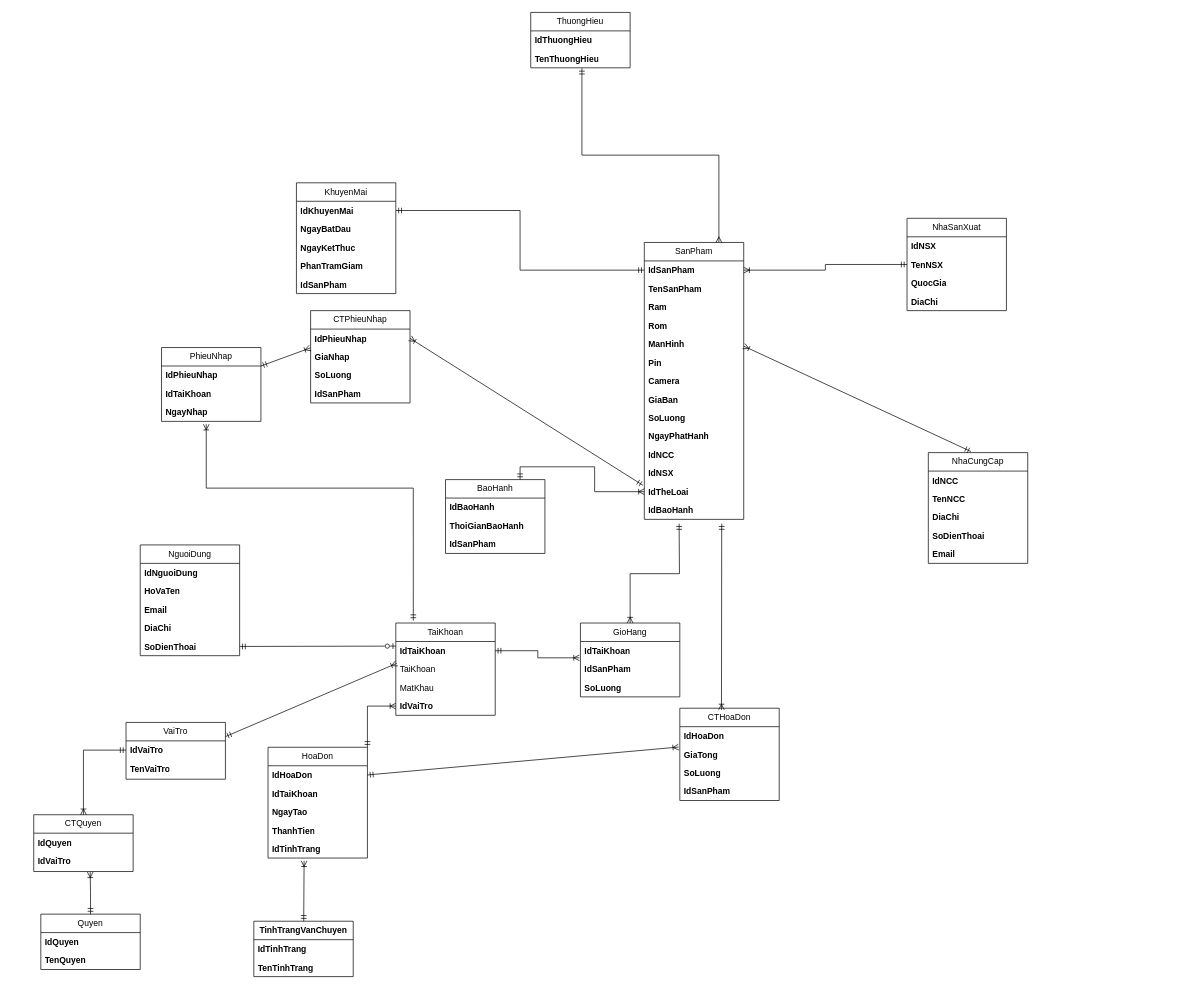
Earlier version of the draw.io diagram erd/CSDL.drawio (DBPCod/Web-NangCao). Source tidied: cells renumbered, new cells numbered last; positions are measured from the earlier drawing's top-left corner, leaving out a move shared by most shapes. Both pictures are drawn from the tidied source at 71%, with x=0, y=0 at pixel (33, 12).
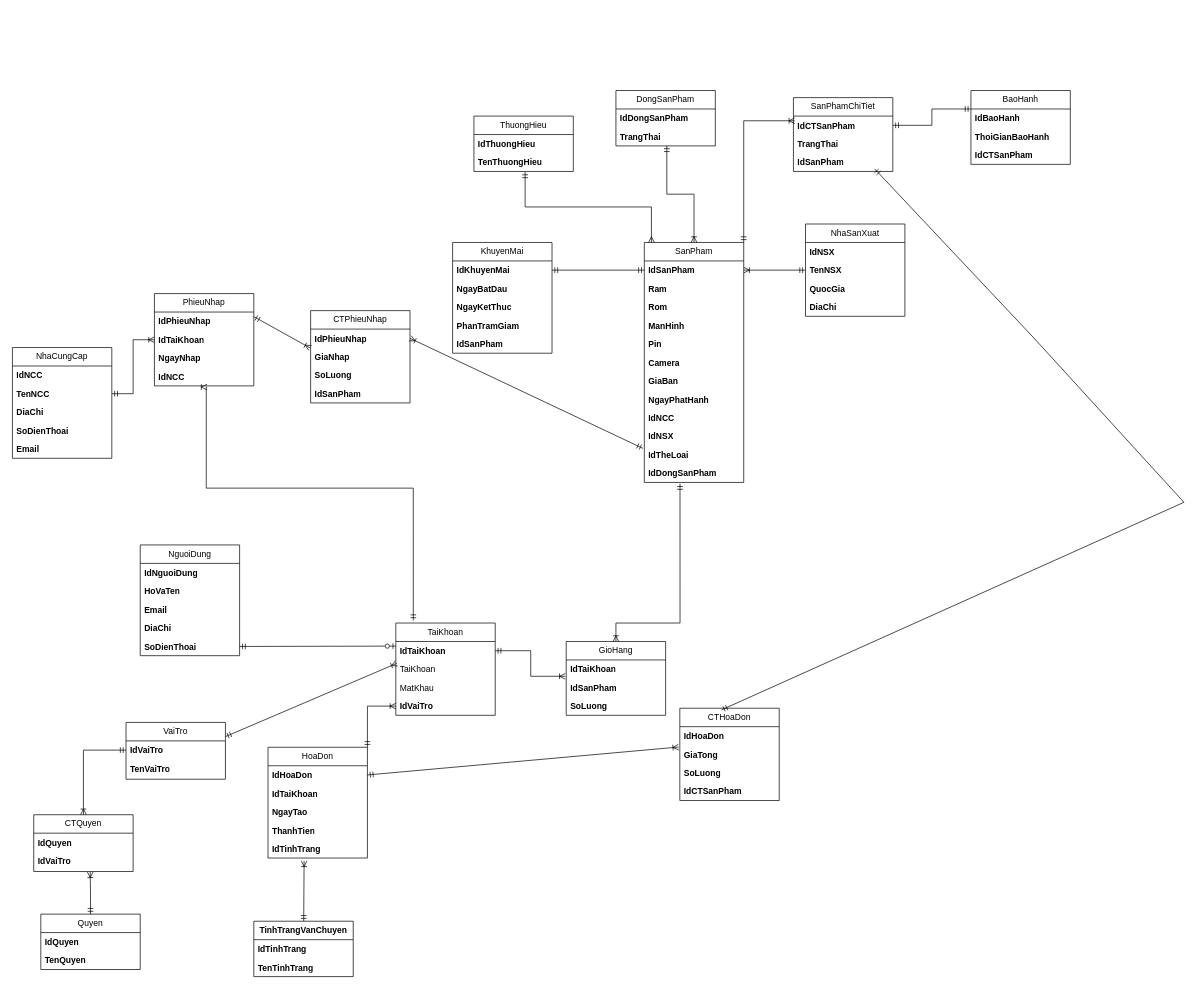
The same page after the edit.

Commit message (it also covers changes not shown here):
Chinh sua ERD

The change refers to these unchanged cells:
```xml
<mxCell id="2" value="TaiKhoan" style="swimlane;fontStyle=0;horizontal=1;startSize=26;fillColor=none;whiteSpace=wrap;html=1;" parent="1" vertex="1">
  <mxGeometry x="510" y="860" width="140" height="130" as="geometry" />
</mxCell>
<mxCell id="32" value="CTHoaDon" style="swimlane;fontStyle=0;horizontal=1;startSize=26;fillColor=none;whiteSpace=wrap;html=1;" parent="1" vertex="1">
  <mxGeometry x="910" y="980" width="140" height="130" as="geometry" />
</mxCell>
<mxCell id="50" value="TenNCC" style="text;strokeColor=none;fillColor=none;align=left;verticalAlign=top;spacingLeft=4;spacingRight=4;overflow=hidden;points=[[0,0.5],[1,0.5]];portConstraint=eastwest;whiteSpace=wrap;html=1;fontStyle=1;" parent="48" vertex="1">
  <mxGeometry y="52" width="140" height="26" as="geometry" />
</mxCell>
<mxCell id="56" value="TenThuongHieu" style="text;strokeColor=none;fillColor=none;align=left;verticalAlign=top;spacingLeft=4;spacingRight=4;overflow=hidden;points=[[0,0.5],[1,0.5]];portConstraint=eastwest;whiteSpace=wrap;html=1;fontStyle=1;" parent="54" vertex="1">
  <mxGeometry y="52" width="140" height="26" as="geometry" />
</mxCell>
<mxCell id="70" value="IdTaiKhoan" style="text;strokeColor=none;fillColor=none;align=left;verticalAlign=top;spacingLeft=4;spacingRight=4;overflow=hidden;points=[[0,0.5],[1,0.5]];portConstraint=eastwest;whiteSpace=wrap;html=1;fontStyle=1;" parent="68" vertex="1">
  <mxGeometry y="52" width="140" height="26" as="geometry" />
</mxCell>
<mxCell id="71" value="NgayNhap" style="text;strokeColor=none;fillColor=none;align=left;verticalAlign=top;spacingLeft=4;spacingRight=4;overflow=hidden;points=[[0,0.5],[1,0.5]];portConstraint=eastwest;whiteSpace=wrap;html=1;fontStyle=1;" parent="68" vertex="1">
  <mxGeometry y="78" width="140" height="26" as="geometry" />
</mxCell>
```

The edit, as a diff of the source:
```diff
@@
+    <mxCell id="106" style="edgeStyle=orthogonalEdgeStyle;rounded=0;jettySize=auto;html=1;exitX=1;exitY=0;exitDx=0;exitDy=0;endArrow=ERoneToMany;endFill=0;startArrow=ERmandOne;startFill=0;entryX=0.013;entryY=0.254;entryDx=0;entryDy=0;entryPerimeter=0;" parent="1" edge="1" source="9" target="111">
+      <mxGeometry relative="1" as="geometry" />
+    </mxCell>
     <mxCell id="9" value="SanPham" style="swimlane;fontStyle=0;horizontal=1;startSize=26;fillColor=none;whiteSpace=wrap;html=1;" parent="1" vertex="1">
-      <mxGeometry x="860" y="324" width="140" height="390" as="geometry" />
+      <mxGeometry x="860" y="324" width="140" height="338" as="geometry" />
     </mxCell>
@@
-    <mxCell id="11" value="TenSanPham" style="text;strokeColor=none;fillColor=none;align=left;verticalAlign=top;spacingLeft=4;spacingRight=4;overflow=hidden;whiteSpace=wrap;html=1;fontStyle=1;" parent="9" vertex="1">
-      <mxGeometry y="52" width="140" height="26" as="geometry" />
-    </mxCell>
     <mxCell id="12" value="Ram" style="text;strokeColor=none;fillColor=none;align=left;verticalAlign=top;spacingLeft=4;spacingRight=4;overflow=hidden;whiteSpace=wrap;html=1;fontStyle=1;" parent="9" vertex="1">
-      <mxGeometry y="78" width="140" height="26" as="geometry" />
+      <mxGeometry y="52" width="140" height="26" as="geometry" />
     </mxCell>
     <mxCell id="13" value="Rom" style="text;strokeColor=none;fillColor=none;align=left;verticalAlign=top;spacingLeft=4;spacingRight=4;overflow=hidden;whiteSpace=wrap;html=1;fontStyle=1;" parent="9" vertex="1">
-      <mxGeometry y="104" width="140" height="26" as="geometry" />
+      <mxGeometry y="78" width="140" height="26" as="geometry" />
     </mxCell>
     <mxCell id="14" value="ManHinh" style="text;strokeColor=none;fillColor=none;align=left;verticalAlign=top;spacingLeft=4;spacingRight=4;overflow=hidden;whiteSpace=wrap;html=1;fontStyle=1;" parent="9" vertex="1">
-      <mxGeometry y="130" width="140" height="26" as="geometry" />
+      <mxGeometry y="104" width="140" height="26" as="geometry" />
     </mxCell>
     <mxCell id="15" value="Pin" style="text;strokeColor=none;fillColor=none;align=left;verticalAlign=top;spacingLeft=4;spacingRight=4;overflow=hidden;whiteSpace=wrap;html=1;fontStyle=1;" parent="9" vertex="1">
-      <mxGeometry y="156" width="140" height="26" as="geometry" />
+      <mxGeometry y="130" width="140" height="26" as="geometry" />
     </mxCell>
     <mxCell id="16" value="Camera" style="text;strokeColor=none;fillColor=none;align=left;verticalAlign=top;spacingLeft=4;spacingRight=4;overflow=hidden;whiteSpace=wrap;html=1;fontStyle=1;" parent="9" vertex="1">
-      <mxGeometry y="182" width="140" height="26" as="geometry" />
+      <mxGeometry y="156" width="140" height="26" as="geometry" />
     </mxCell>
     <mxCell id="17" value="GiaBan" style="text;strokeColor=none;fillColor=none;align=left;verticalAlign=top;spacingLeft=4;spacingRight=4;overflow=hidden;whiteSpace=wrap;html=1;fontStyle=1;" parent="9" vertex="1">
-      <mxGeometry y="208" width="140" height="26" as="geometry" />
+      <mxGeometry y="182" width="140" height="26" as="geometry" />
     </mxCell>
-    <mxCell id="18" value="SoLuong" style="text;strokeColor=none;fillColor=none;align=left;verticalAlign=top;spacingLeft=4;spacingRight=4;overflow=hidden;whiteSpace=wrap;html=1;fontStyle=1;" parent="9" vertex="1">
-      <mxGeometry y="234" width="140" height="26" as="geometry" />
-    </mxCell>
     <mxCell id="19" value="NgayPhatHanh" style="text;strokeColor=none;fillColor=none;align=left;verticalAlign=top;spacingLeft=4;spacingRight=4;overflow=hidden;whiteSpace=wrap;html=1;fontStyle=1;" parent="9" vertex="1">
-      <mxGeometry y="260" width="140" height="26" as="geometry" />
+      <mxGeometry y="208" width="140" height="26" as="geometry" />
     </mxCell>
     <mxCell id="20" value="IdNCC" style="text;strokeColor=none;fillColor=none;align=left;verticalAlign=top;spacingLeft=4;spacingRight=4;overflow=hidden;whiteSpace=wrap;html=1;fontStyle=1;" parent="9" vertex="1">
-      <mxGeometry y="286" width="140" height="26" as="geometry" />
+      <mxGeometry y="234" width="140" height="26" as="geometry" />
     </mxCell>
     <mxCell id="21" value="IdNSX" style="text;strokeColor=none;fillColor=none;align=left;verticalAlign=top;spacingLeft=4;spacingRight=4;overflow=hidden;whiteSpace=wrap;html=1;fontStyle=1;" parent="9" vertex="1">
-      <mxGeometry y="312" width="140" height="26" as="geometry" />
+      <mxGeometry y="260" width="140" height="26" as="geometry" />
     </mxCell>
     <mxCell id="22" value="IdTheLoai" style="text;strokeColor=none;fillColor=none;align=left;verticalAlign=top;spacingLeft=4;spacingRight=4;overflow=hidden;points=[[0,0.5],[1,0.5]];portConstraint=eastwest;whiteSpace=wrap;html=1;fontStyle=1;" parent="9" vertex="1">
-      <mxGeometry y="338" width="140" height="26" as="geometry" />
+      <mxGeometry y="286" width="140" height="26" as="geometry" />
     </mxCell>
-    <mxCell id="23" value="IdBaoHanh" style="text;strokeColor=none;fillColor=none;align=left;verticalAlign=top;spacingLeft=4;spacingRight=4;overflow=hidden;whiteSpace=wrap;html=1;fontStyle=1;" parent="9" vertex="1">
-      <mxGeometry y="364" width="140" height="26" as="geometry" />
-    </mxCell>
+    <mxCell id="107" value="IdDongSanPham" style="text;strokeColor=none;fillColor=none;align=left;verticalAlign=top;spacingLeft=4;spacingRight=4;overflow=hidden;points=[[0,0.5],[1,0.5]];portConstraint=eastwest;whiteSpace=wrap;html=1;fontStyle=1;" parent="9" vertex="1">
+      <mxGeometry y="312" width="140" height="26" as="geometry" />
+    </mxCell>
-    <mxCell id="24" style="rounded=0;jettySize=auto;html=1;entryX=0.419;entryY=0.018;entryDx=0;entryDy=0;endArrow=ERoneToMany;endFill=0;startArrow=ERmandOne;startFill=0;entryPerimeter=0;" parent="1" edge="1" target="32">
+    <mxCell id="24" style="rounded=0;jettySize=auto;html=1;entryX=0.419;entryY=0.018;entryDx=0;entryDy=0;endArrow=ERmandOne;endFill=0;startArrow=ERmandOne;startFill=0;entryPerimeter=0;exitX=0.817;exitY=0.859;exitDx=0;exitDy=0;exitPerimeter=0;" parent="1" edge="1" source="113" target="32">
       <mxGeometry relative="1" as="geometry">
-        <mxPoint x="969" y="720" as="sourcePoint" />
+        <Array as="points">
+          <mxPoint x="1410" y="460" />
+          <mxPoint x="1620" y="690" />
+        </Array>
       </mxGeometry>
     </mxCell>
@@
-    <mxCell id="36" value="IdSanPham" style="text;strokeColor=none;fillColor=none;align=left;verticalAlign=top;spacingLeft=4;spacingRight=4;overflow=hidden;whiteSpace=wrap;html=1;fontStyle=1;" parent="32" vertex="1">
+    <mxCell id="36" value="IdCTSanPham" style="text;strokeColor=none;fillColor=none;align=left;verticalAlign=top;spacingLeft=4;spacingRight=4;overflow=hidden;whiteSpace=wrap;html=1;fontStyle=1;" parent="32" vertex="1">
       <mxGeometry y="104" width="140" height="26" as="geometry" />
     </mxCell>
     <mxCell id="37" value="NhaSanXuat" style="swimlane;fontStyle=0;horizontal=1;startSize=26;fillColor=none;whiteSpace=wrap;html=1;" parent="1" vertex="1">
-      <mxGeometry x="1230" y="290" width="140" height="130" as="geometry" />
+      <mxGeometry x="1087" y="298" width="140" height="130" as="geometry" />
     </mxCell>
@@
     <mxCell id="42" value="KhuyenMai" style="swimlane;fontStyle=0;horizontal=1;startSize=26;fillColor=none;whiteSpace=wrap;html=1;" parent="1" vertex="1">
-      <mxGeometry x="370" y="240" width="140" height="156" as="geometry" />
+      <mxGeometry x="590" y="324" width="140" height="156" as="geometry" />
     </mxCell>
@@
     <mxCell id="48" value="NhaCungCap" style="swimlane;fontStyle=0;horizontal=1;startSize=26;fillColor=none;whiteSpace=wrap;html=1;" parent="1" vertex="1">
-      <mxGeometry x="1260" y="620" width="140" height="156" as="geometry" />
+      <mxGeometry x="-30" y="472" width="140" height="156" as="geometry" />
     </mxCell>
@@
     <mxCell id="54" value="ThuongHieu" style="swimlane;fontStyle=0;horizontal=1;startSize=26;fillColor=none;whiteSpace=wrap;html=1;glass=0;rounded=0;shadow=0;" parent="1" vertex="1">
-      <mxGeometry x="700" width="140" height="78" as="geometry" />
+      <mxGeometry x="620" y="146" width="140" height="78" as="geometry" />
     </mxCell>
@@
-    <mxCell id="63" style="rounded=0;jettySize=auto;html=1;endArrow=ERmandOne;endFill=0;startArrow=ERoneToMany;startFill=0;entryX=0.429;entryY=-0.01;entryDx=0;entryDy=0;entryPerimeter=0;" parent="1" edge="1" target="48">
-      <mxGeometry relative="1" as="geometry">
-        <mxPoint x="1000" y="470" as="sourcePoint" />
-      </mxGeometry>
-    </mxCell>
@@
-    <mxCell id="65" style="edgeStyle=orthogonalEdgeStyle;rounded=0;jettySize=auto;html=1;exitX=0.75;exitY=0;exitDx=0;exitDy=0;endArrow=ERmandOne;endFill=0;startArrow=ERmany;startFill=0;entryX=0.515;entryY=1.027;entryDx=0;entryDy=0;entryPerimeter=0;" parent="1" edge="1" source="9" target="56">
-      <mxGeometry relative="1" as="geometry" />
+    <mxCell id="65" style="edgeStyle=orthogonalEdgeStyle;rounded=0;jettySize=auto;html=1;endArrow=ERmandOne;endFill=0;startArrow=ERmany;startFill=0;entryX=0.515;entryY=1.027;entryDx=0;entryDy=0;entryPerimeter=0;" parent="1" edge="1" target="56">
+      <mxGeometry relative="1" as="geometry">
+        <mxPoint x="870" y="324" as="sourcePoint" />
+        <Array as="points">
+          <mxPoint x="870" y="324" />
+          <mxPoint x="870" y="274" />
+          <mxPoint x="692" y="274" />
+        </Array>
+      </mxGeometry>
     </mxCell>
@@
     <mxCell id="68" value="PhieuNhap" style="swimlane;fontStyle=0;horizontal=1;startSize=26;fillColor=none;whiteSpace=wrap;html=1;" parent="1" vertex="1">
-      <mxGeometry x="180" y="472" width="140" height="104" as="geometry" />
+      <mxGeometry x="170" y="396" width="140" height="130" as="geometry" />
     </mxCell>
@@
+    <mxCell id="108" value="IdNCC" style="text;strokeColor=none;fillColor=none;align=left;verticalAlign=top;spacingLeft=4;spacingRight=4;overflow=hidden;points=[[0,0.5],[1,0.5]];portConstraint=eastwest;whiteSpace=wrap;html=1;fontStyle=1;" parent="68" vertex="1">
+      <mxGeometry y="104" width="140" height="26" as="geometry" />
+    </mxCell>
-    <mxCell id="72" style="edgeStyle=orthogonalEdgeStyle;rounded=0;jettySize=auto;html=1;exitX=0.176;exitY=-0.027;exitDx=0;exitDy=0;endArrow=ERoneToMany;endFill=0;startArrow=ERmandOne;startFill=0;entryX=0.45;entryY=1.154;entryDx=0;entryDy=0;entryPerimeter=0;exitPerimeter=0;" parent="1" edge="1" source="2" target="71">
+    <mxCell id="72" style="edgeStyle=orthogonalEdgeStyle;rounded=0;jettySize=auto;html=1;exitX=0.176;exitY=-0.027;exitDx=0;exitDy=0;endArrow=ERoneToMany;endFill=0;startArrow=ERmandOne;startFill=0;entryX=0.529;entryY=1.066;entryDx=0;entryDy=0;entryPerimeter=0;exitPerimeter=0;" parent="1" edge="1" source="2" target="108">
       <mxGeometry relative="1" as="geometry">
         <Array as="points">
           <mxPoint x="535" y="670" />
           <mxPoint x="243" y="670" />
+          <mxPoint x="243" y="528" />
         </Array>
       </mxGeometry>
     </mxCell>
@@
+    <mxCell id="109" style="edgeStyle=orthogonalEdgeStyle;rounded=0;jettySize=auto;html=1;exitX=0;exitY=0.25;exitDx=0;exitDy=0;entryX=1;entryY=0.5;entryDx=0;entryDy=0;endArrow=ERmandOne;endFill=0;startArrow=ERmandOne;startFill=0;" parent="1" edge="1" source="79" target="111">
+      <mxGeometry relative="1" as="geometry" />
+    </mxCell>
     <mxCell id="79" value="BaoHanh" style="swimlane;fontStyle=0;horizontal=1;startSize=26;fillColor=none;whiteSpace=wrap;html=1;" parent="1" vertex="1">
-      <mxGeometry x="580" y="658" width="140" height="104" as="geometry" />
+      <mxGeometry x="1320" y="110" width="140" height="104" as="geometry" />
     </mxCell>
@@
-    <mxCell id="82" value="IdSanPham" style="text;strokeColor=none;fillColor=none;align=left;verticalAlign=top;spacingLeft=4;spacingRight=4;overflow=hidden;whiteSpace=wrap;html=1;fontStyle=1;" parent="79" vertex="1">
+    <mxCell id="82" value="IdCTSanPham" style="text;strokeColor=none;fillColor=none;align=left;verticalAlign=top;spacingLeft=4;spacingRight=4;overflow=hidden;whiteSpace=wrap;html=1;fontStyle=1;" parent="79" vertex="1">
       <mxGeometry y="78" width="140" height="26" as="geometry" />
     </mxCell>
-    <mxCell id="83" style="edgeStyle=orthogonalEdgeStyle;rounded=0;jettySize=auto;html=1;exitX=0.75;exitY=0;exitDx=0;exitDy=0;entryX=0;entryY=0.5;entryDx=0;entryDy=0;endArrow=ERoneToMany;endFill=0;startArrow=ERmandOne;startFill=0;" parent="1" edge="1" source="79" target="22">
-      <mxGeometry relative="1" as="geometry">
-        <Array as="points">
-          <mxPoint x="685" y="640" />
-          <mxPoint x="790" y="640" />
-          <mxPoint x="790" y="675" />
-        </Array>
-      </mxGeometry>
-    </mxCell>
@@
     <mxCell id="92" value="GioHang" style="swimlane;fontStyle=0;horizontal=1;startSize=26;fillColor=none;whiteSpace=wrap;html=1;" parent="1" vertex="1">
-      <mxGeometry x="770" y="860" width="140" height="104" as="geometry" />
+      <mxGeometry x="750" y="886" width="140" height="104" as="geometry" />
     </mxCell>
@@
-    <mxCell id="97" style="edgeStyle=orthogonalEdgeStyle;rounded=0;jettySize=auto;html=1;exitX=0.5;exitY=0;exitDx=0;exitDy=0;endArrow=ERmandOne;endFill=0;startArrow=ERoneToMany;startFill=0;" parent="1" edge="1" source="92">
+    <mxCell id="97" style="edgeStyle=orthogonalEdgeStyle;rounded=0;jettySize=auto;html=1;exitX=0.5;exitY=0;exitDx=0;exitDy=0;endArrow=ERmandOne;endFill=0;startArrow=ERoneToMany;startFill=0;entryX=0.359;entryY=1.066;entryDx=0;entryDy=0;entryPerimeter=0;" parent="1" edge="1" source="92" target="107">
       <mxGeometry relative="1" as="geometry">
-        <mxPoint x="909" y="720" as="targetPoint" />
+        <Array as="points">
+          <mxPoint x="910" y="860" />
+        </Array>
       </mxGeometry>
     </mxCell>
@@
+    <mxCell id="110" value="SanPhamChiTiet" style="swimlane;fontStyle=0;horizontal=1;startSize=26;fillColor=none;whiteSpace=wrap;html=1;" parent="1" vertex="1">
+      <mxGeometry x="1070" y="120" width="140" height="104" as="geometry" />
+    </mxCell>
+    <mxCell id="111" value="IdCTSanPham" style="text;strokeColor=none;fillColor=none;align=left;verticalAlign=top;spacingLeft=4;spacingRight=4;overflow=hidden;points=[[0,0.5],[1,0.5]];portConstraint=eastwest;whiteSpace=wrap;html=1;fontStyle=1;" parent="110" vertex="1">
+      <mxGeometry y="26" width="140" height="26" as="geometry" />
+    </mxCell>
+    <mxCell id="112" value="TrangThai" style="text;strokeColor=none;fillColor=none;align=left;verticalAlign=top;spacingLeft=4;spacingRight=4;overflow=hidden;whiteSpace=wrap;html=1;fontStyle=1;" parent="110" vertex="1">
+      <mxGeometry y="52" width="140" height="26" as="geometry" />
+    </mxCell>
+    <mxCell id="113" value="IdSanPham" style="text;strokeColor=none;fillColor=none;align=left;verticalAlign=top;spacingLeft=4;spacingRight=4;overflow=hidden;points=[[0,0.5],[1,0.5]];portConstraint=eastwest;whiteSpace=wrap;html=1;fontStyle=1;" parent="110" vertex="1">
+      <mxGeometry y="78" width="140" height="26" as="geometry" />
+    </mxCell>
+    <mxCell id="114" style="edgeStyle=orthogonalEdgeStyle;rounded=0;jettySize=auto;html=1;exitX=1;exitY=0.5;exitDx=0;exitDy=0;entryX=0;entryY=0.5;entryDx=0;entryDy=0;endArrow=ERoneToMany;endFill=0;startArrow=ERmandOne;startFill=0;" parent="1" edge="1" source="50" target="70">
+      <mxGeometry relative="1" as="geometry" />
+    </mxCell>
+    <mxCell id="115" value="DongSanPham" style="swimlane;fontStyle=0;horizontal=1;startSize=26;fillColor=none;whiteSpace=wrap;html=1;glass=0;rounded=0;shadow=0;" parent="1" vertex="1">
+      <mxGeometry x="820" y="110" width="140" height="78" as="geometry" />
+    </mxCell>
+    <mxCell id="116" value="IdDongSanPham" style="text;strokeColor=none;fillColor=none;align=left;verticalAlign=top;spacingLeft=4;spacingRight=4;overflow=hidden;whiteSpace=wrap;html=1;fontStyle=1;" parent="115" vertex="1">
+      <mxGeometry y="26" width="140" height="26" as="geometry" />
+    </mxCell>
+    <mxCell id="117" value="TrangThai" style="text;strokeColor=none;fillColor=none;align=left;verticalAlign=top;spacingLeft=4;spacingRight=4;overflow=hidden;points=[[0,0.5],[1,0.5]];portConstraint=eastwest;whiteSpace=wrap;html=1;fontStyle=1;" parent="115" vertex="1">
+      <mxGeometry y="52" width="140" height="26" as="geometry" />
+    </mxCell>
+    <mxCell id="118" style="edgeStyle=orthogonalEdgeStyle;rounded=0;jettySize=auto;html=1;exitX=0.5;exitY=0;exitDx=0;exitDy=0;entryX=0.512;entryY=0.998;entryDx=0;entryDy=0;entryPerimeter=0;endArrow=ERmandOne;endFill=0;startArrow=ERoneToMany;startFill=0;" parent="1" edge="1" source="9" target="117">
+      <mxGeometry relative="1" as="geometry" />
+    </mxCell>
```
